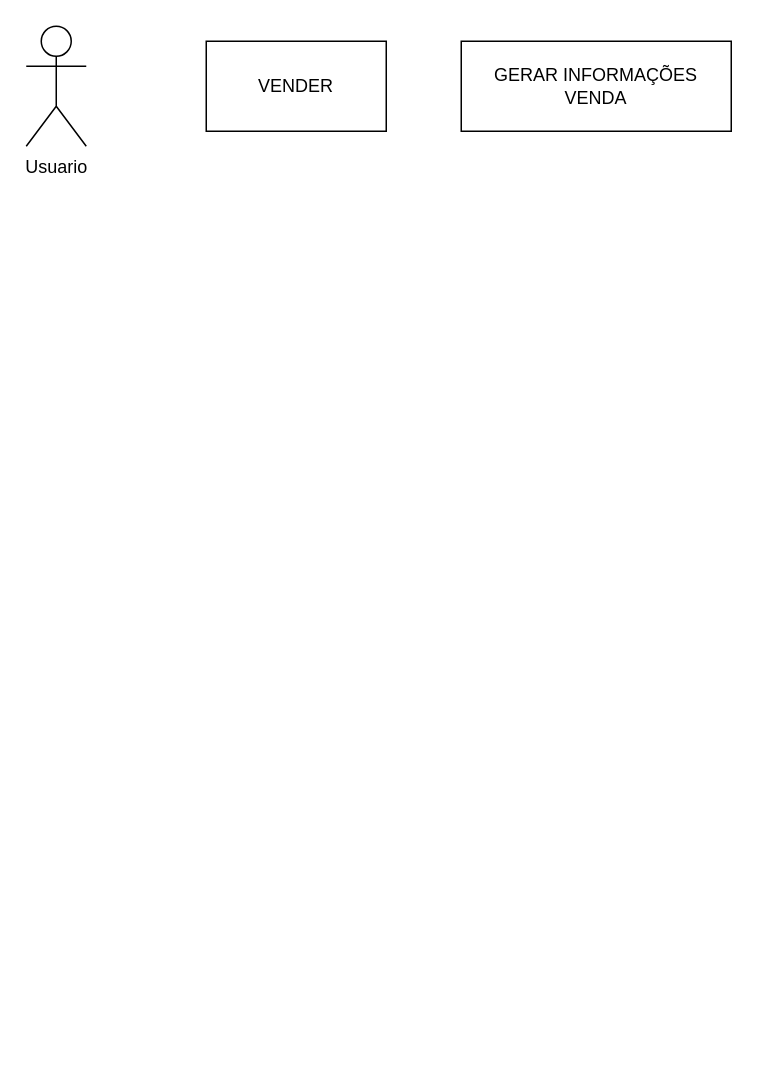
Earlier version of the draw.io diagram sequencia_vendas.drawio (Thiago163/POC_MUNDO_VERDE). Source tidied: cells renumbered, new cells numbered last; positions are measured from the earlier drawing's top-left corner, leaving out a move shared by most shapes. Both pictures are drawn from the tidied source at 150%, with x=0, y=0 at pixel (26, 26).
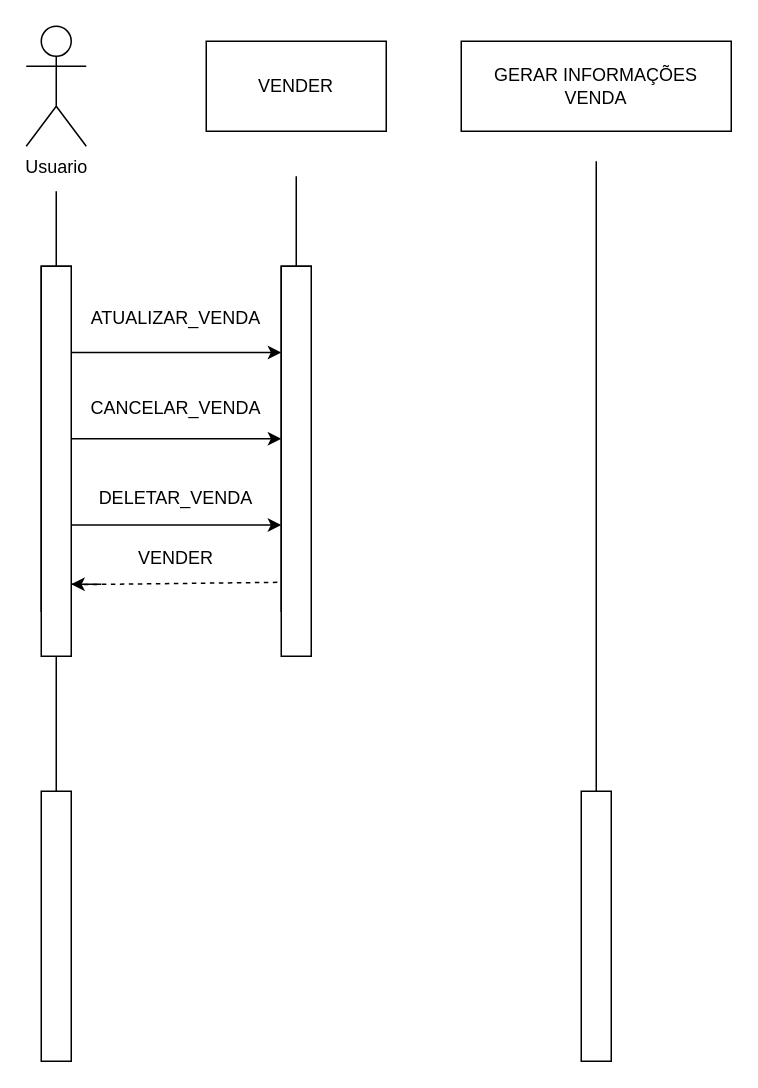
The same diagram, later.

Diff of the diagram source:
```diff
@@
+    <mxCell id="5" style="edgeStyle=orthogonalEdgeStyle;rounded=0;jettySize=auto;html=1;exitX=1;exitY=0.25;exitDx=0;exitDy=0;entryX=0;entryY=0.25;entryDx=0;entryDy=0;" parent="1" edge="1" source="8" target="9">
+      <mxGeometry relative="1" as="geometry" />
+    </mxCell>
+    <mxCell id="6" style="edgeStyle=orthogonalEdgeStyle;rounded=0;jettySize=auto;html=1;exitX=1;exitY=0.5;exitDx=0;exitDy=0;entryX=0;entryY=0.5;entryDx=0;entryDy=0;" parent="1" edge="1" source="8" target="9">
+      <mxGeometry relative="1" as="geometry" />
+    </mxCell>
+    <mxCell id="7" style="edgeStyle=orthogonalEdgeStyle;rounded=0;jettySize=auto;html=1;exitX=1;exitY=0.75;exitDx=0;exitDy=0;entryX=0;entryY=0.75;entryDx=0;entryDy=0;" parent="1" edge="1" source="8" target="9">
+      <mxGeometry relative="1" as="geometry" />
+    </mxCell>
+    <mxCell id="8" style="rounded=0;whiteSpace=wrap;html=1;" parent="1" vertex="1">
+      <mxGeometry x="10" y="160" width="20" height="230" as="geometry" />
+    </mxCell>
+    <mxCell id="9" style="rounded=0;whiteSpace=wrap;html=1;" parent="1" vertex="1">
+      <mxGeometry x="170" y="160" width="20" height="230" as="geometry" />
+    </mxCell>
+    <mxCell id="10" style="rounded=0;whiteSpace=wrap;html=1;" parent="1" vertex="1">
+      <mxGeometry x="370" y="510" width="20" height="180" as="geometry" />
+    </mxCell>
+    <mxCell id="11" style="dgeStyle=orthogonalEdgeStyle;endArrow=none;dashed=1;html=1;rounded=0;entryX=0.04;entryY=0.916;entryDx=0;entryDy=0;entryPerimeter=0;exitX=1.12;exitY=0.923;exitDx=0;exitDy=0;exitPerimeter=0;" parent="1" edge="1" source="8" target="9">
+      <mxGeometry relative="1" as="geometry" />
+    </mxCell>
+    <mxCell id="12" style="endArrow=classic;html=1;rounded=0;" parent="1" edge="1">
+      <mxGeometry relative="1" as="geometry">
+        <mxPoint x="30" y="372" as="sourcePoint" />
+        <mxPoint x="30" y="372" as="targetPoint" />
+        <Array as="points">
+          <mxPoint x="50" y="372" />
+        </Array>
+      </mxGeometry>
+    </mxCell>
+    <mxCell id="13" style="endArrow=none;html=1;rounded=0;exitX=0.5;exitY=0;exitDx=0;exitDy=0;" parent="1" edge="1" source="9">
+      <mxGeometry relative="1" as="geometry">
+        <mxPoint x="180" y="100" as="targetPoint" />
+        <Array as="points">
+          <mxPoint x="180" y="100" />
+        </Array>
+      </mxGeometry>
+    </mxCell>
+    <mxCell id="14" style="endArrow=none;html=1;rounded=0;entryX=0.5;entryY=0;entryDx=0;entryDy=0;" parent="1" edge="1" target="8">
+      <mxGeometry relative="1" as="geometry">
+        <mxPoint x="20" y="110" as="sourcePoint" />
+      </mxGeometry>
+    </mxCell>
+    <mxCell id="15" style="endArrow=none;html=1;rounded=0;exitX=0.5;exitY=0;exitDx=0;exitDy=0;" parent="1" edge="1" source="10">
+      <mxGeometry relative="1" as="geometry">
+        <mxPoint x="380" y="90" as="targetPoint" />
+        <Array as="points">
+          <mxPoint x="380" y="90" />
+        </Array>
+      </mxGeometry>
+    </mxCell>
+    <mxCell id="16" style="rounded=0;whiteSpace=wrap;html=1;" parent="1" vertex="1">
+      <mxGeometry x="10" y="160" width="20" height="260" as="geometry" />
+    </mxCell>
+    <mxCell id="17" style="rounded=0;whiteSpace=wrap;html=1;" parent="1" vertex="1">
+      <mxGeometry x="170" y="160" width="20" height="260" as="geometry" />
+    </mxCell>
+    <mxCell id="18" value="VENDER" style="text;html=1;align=center;verticalAlign=middle;whiteSpace=wrap;rounded=0;" parent="1" vertex="1">
+      <mxGeometry x="70" y="340" width="60" height="30" as="geometry" />
+    </mxCell>
+    <mxCell id="19" value="CANCELAR_VENDA" style="text;html=1;align=center;verticalAlign=middle;whiteSpace=wrap;rounded=0;" parent="1" vertex="1">
+      <mxGeometry x="40" y="240" width="120" height="30" as="geometry" />
+    </mxCell>
+    <mxCell id="20" value="ATUALIZAR_VENDA" style="text;html=1;align=center;verticalAlign=middle;whiteSpace=wrap;rounded=0;" parent="1" vertex="1">
+      <mxGeometry x="40" y="180" width="120" height="30" as="geometry" />
+    </mxCell>
+    <mxCell id="21" value="DELETAR_VENDA" style="text;html=1;align=center;verticalAlign=middle;whiteSpace=wrap;rounded=0;" parent="1" vertex="1">
+      <mxGeometry x="40" y="300" width="120" height="30" as="geometry" />
+    </mxCell>
+    <mxCell id="22" style="rounded=0;whiteSpace=wrap;html=1;" parent="1" vertex="1">
+      <mxGeometry x="10" y="510" width="20" height="180" as="geometry" />
+    </mxCell>
+    <mxCell id="23" style="endArrow=none;html=1;rounded=0;entryX=0.5;entryY=1;entryDx=0;entryDy=0;exitX=0.5;exitY=0;exitDx=0;exitDy=0;" parent="1" edge="1" source="22" target="16">
+      <mxGeometry relative="1" as="geometry" />
+    </mxCell>
```
